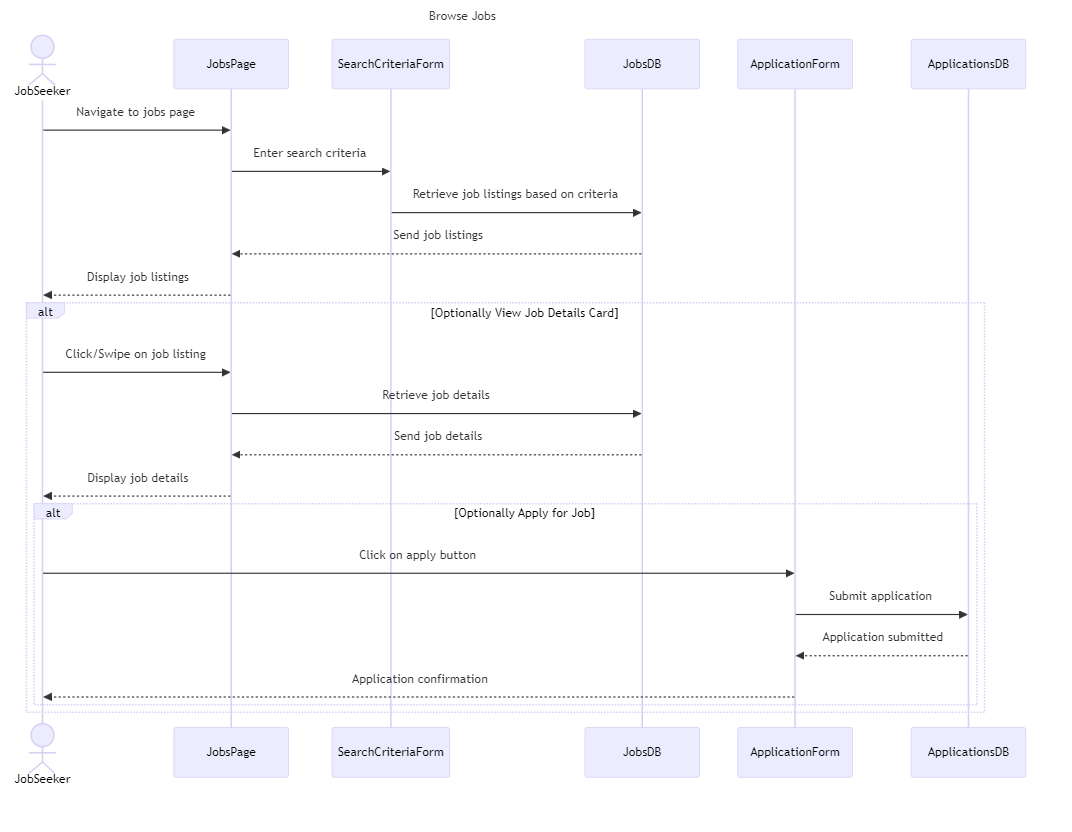
Above: docs/all-diagrams-image-files/sequence-diagrams/browse-jobs.png in emd5953/NextStep (PlantUML), before the change. Its source is kept beside it as docs/all-diagrams-source-files/activity-diagrams/browse-jobs.puml. The source it was exported from:
```plantuml
@startuml Browse Jobs Activity Diagram
title Browse Jobs Activity Diagram

start

:View jobs page;
:Enter search criteria;
:Retrieve job listings based on criteria;

if (At least one listing found?) then (yes)


    while (More jobs to show?)
        :Display job details of current match;

        if ("Swipe Right/Apply Clicked") then (yes)
            :Submit application to DB;
            :Display confirmation;
        endif

    endwhile

else
    :Display "No more jobs to show" message;
endif

stop

@enduml
```
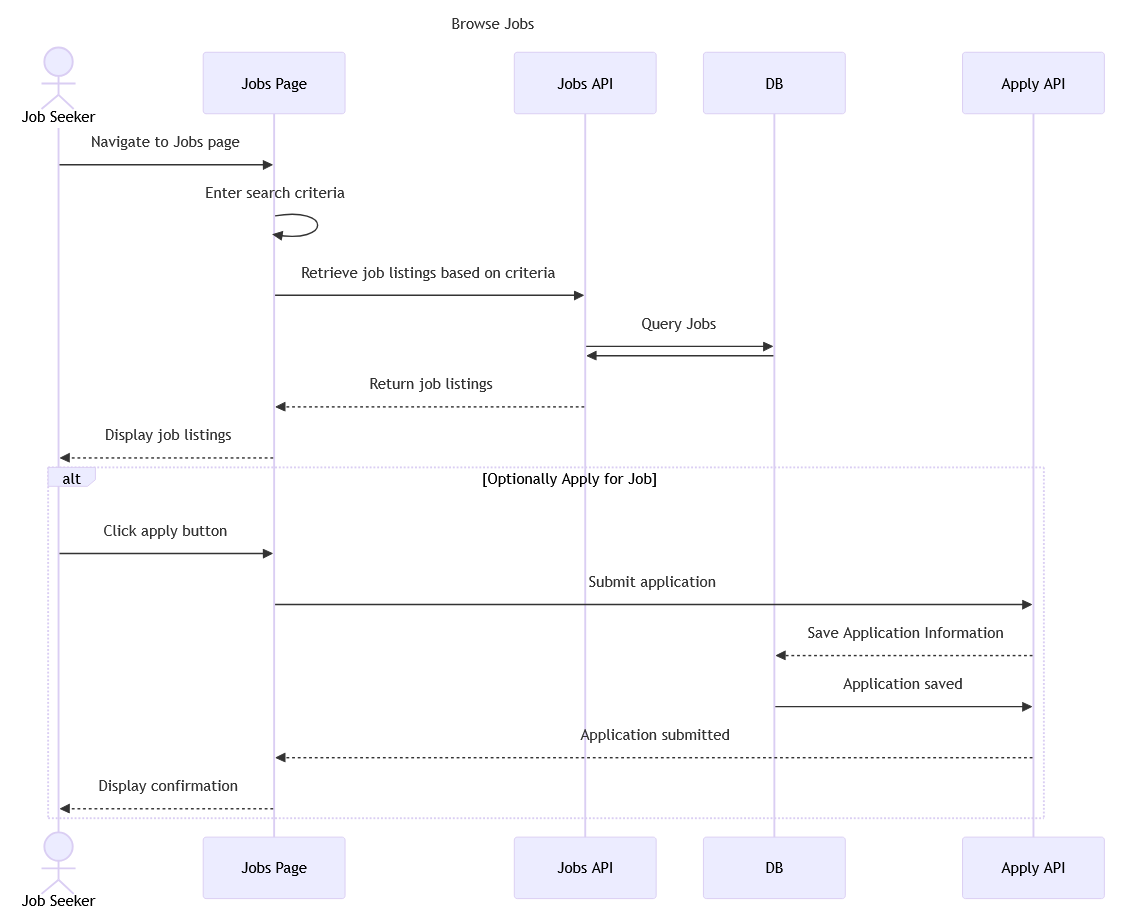
Above is the later version.

Diff of the diagram source:
```diff
@@ -3,25 +3,22 @@
 
 start
 
-:View jobs page;
+:Navigate to Jobs Page;
 :Enter search criteria;
-:Retrieve job listings based on criteria;
+:Retrieve job listings from /jobs;
 
 if (At least one listing found?) then (yes)
 
+    while (More jobs to show?)
+        :Display job details tile;
 
-    while (More jobs to show?)
-        :Display job details of current match;
-
-        if ("Swipe Right/Apply Clicked") then (yes)
-            :Submit application to DB;
+        if ("Apply Clicked") then (yes)
+            :Submit application to /apply;
             :Display confirmation;
         endif
 
     endwhile
 
-else
-    :Display "No more jobs to show" message;
 endif
 
 stop
```
